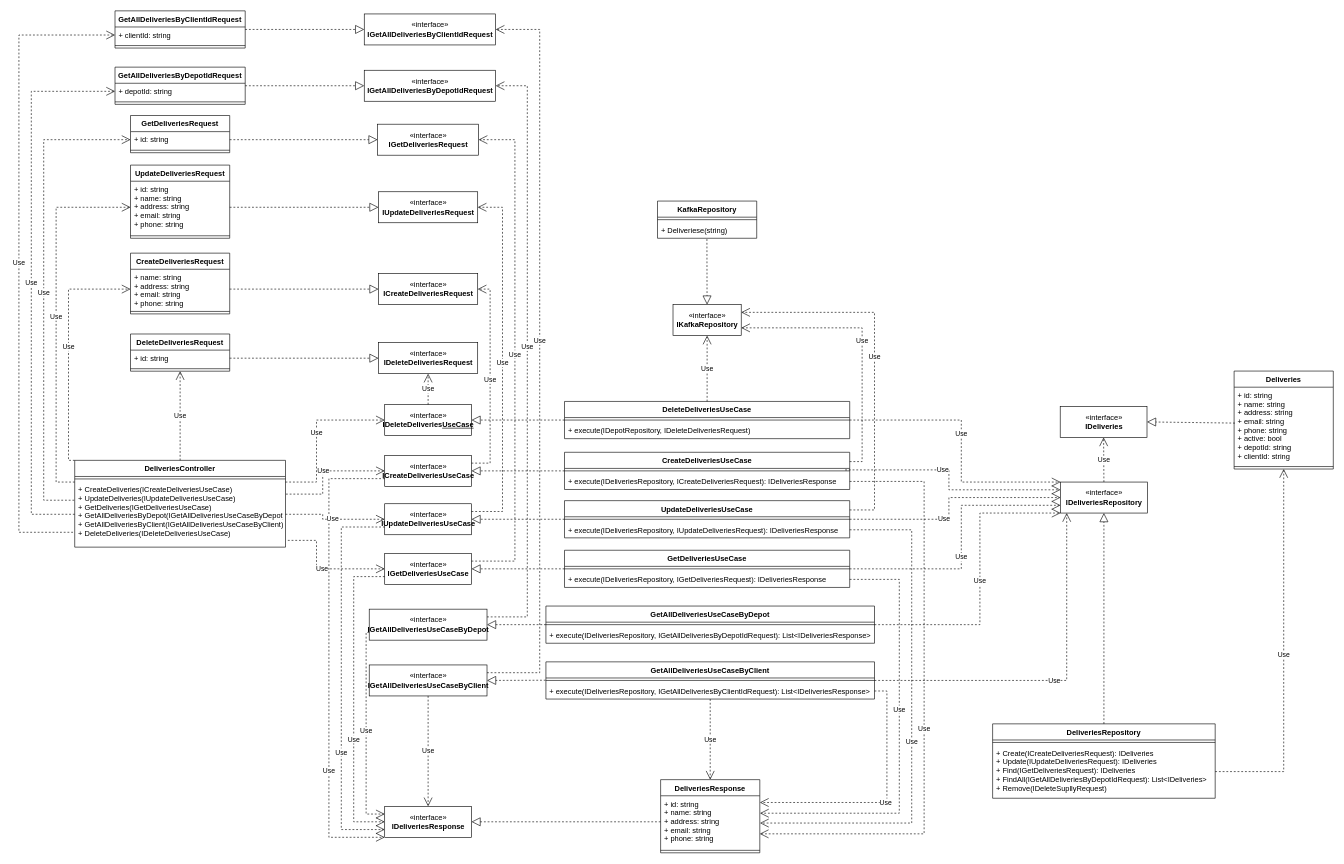
Before: project/diagrams/class-diagrams/deliveries-service/deliveries-service.drawio in bitols/logistics-services-management, a draw.io diagram. Source tidied: cells renumbered, new cells numbered last; positions are measured from the earlier drawing's top-left corner, leaving out a move shared by most shapes. Both pictures are drawn from the tidied source at 62%, with x=0, y=0 at pixel (19, 11).
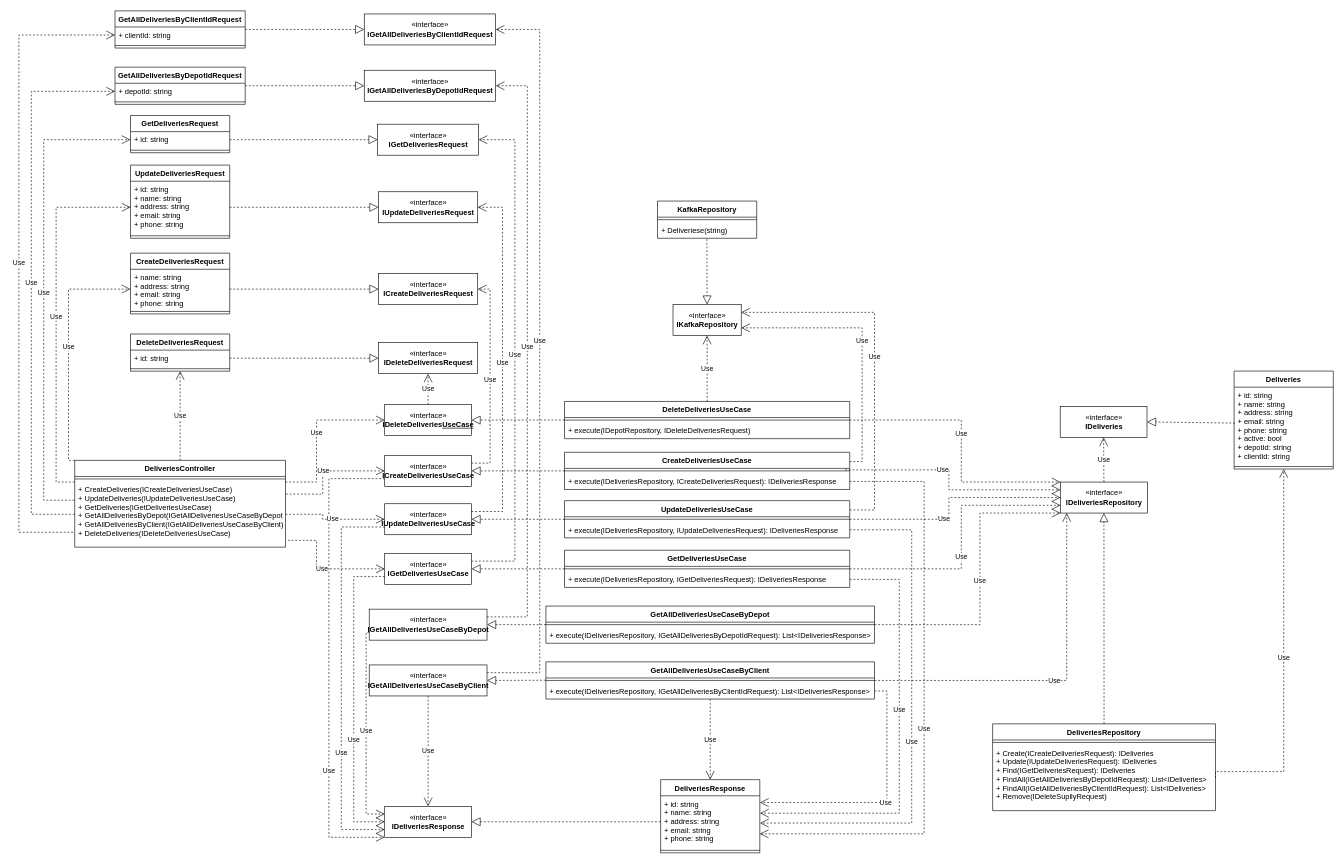
The same diagram, later.

Commit message (it also covers changes not shown here):
deliveries diagram class

What changed in the source:
```diff
@@
     <mxCell id="77" value="DeliveriesRepository" style="swimlane;fontStyle=1;align=center;verticalAlign=top;horizontal=1;startSize=26;" parent="1" vertex="1">
-      <mxGeometry x="1570.5" y="1150" width="359" height="120" as="geometry" />
+      <mxGeometry x="1570.5" y="1150" width="359.5" height="140" as="geometry" />
     </mxCell>
     <mxCell id="78" style="line;strokeWidth=1;fillColor=none;align=left;verticalAlign=middle;spacingTop=-1;spacingLeft=3;spacingRight=3;labelPosition=right;" parent="77" vertex="1">
-      <mxGeometry y="26" width="359" height="8" as="geometry" />
+      <mxGeometry y="26" width="359.5" height="8" as="geometry" />
     </mxCell>
-    <mxCell id="79" value="+ Create(ICreateDeliveriesRequest): IDeliveries&#10;+ Update(IUpdateDeliveriesRequest): IDeliveries&#10;+ Find(IGetDeliveriesRequest): IDeliveries&#10;+ FindAll(IGetAllDeliveriesByDepotIdRequest): List&lt;IDeliveries&gt;&#10;+ Remove(IDeleteSupllyRequest)" style="text;strokeColor=none;fillColor=none;align=left;verticalAlign=top;spacingLeft=4;spacingRight=4;overflow=hidden;points=[[0,0.5],[1,0.5]];portConstraint=eastwest;" parent="77" vertex="1">
-      <mxGeometry y="34" width="359" height="86" as="geometry" />
+    <mxCell id="79" value="+ Create(ICreateDeliveriesRequest): IDeliveries&#10;+ Update(IUpdateDeliveriesRequest): IDeliveries&#10;+ Find(IGetDeliveriesRequest): IDeliveries&#10;+ FindAll(IGetAllDeliveriesByDepotIdRequest): List&lt;IDeliveries&gt;&#10;+ FindAll(IGetAllDeliveriesByClientIdRequest): List&lt;IDeliveries&gt;&#10;+ Remove(IDeleteSupllyRequest)" style="text;strokeColor=none;fillColor=none;align=left;verticalAlign=top;spacingLeft=4;spacingRight=4;overflow=hidden;points=[[0,0.5],[1,0.5]];portConstraint=eastwest;" parent="77" vertex="1">
+      <mxGeometry y="34" width="359.5" height="106" as="geometry" />
     </mxCell>
```
